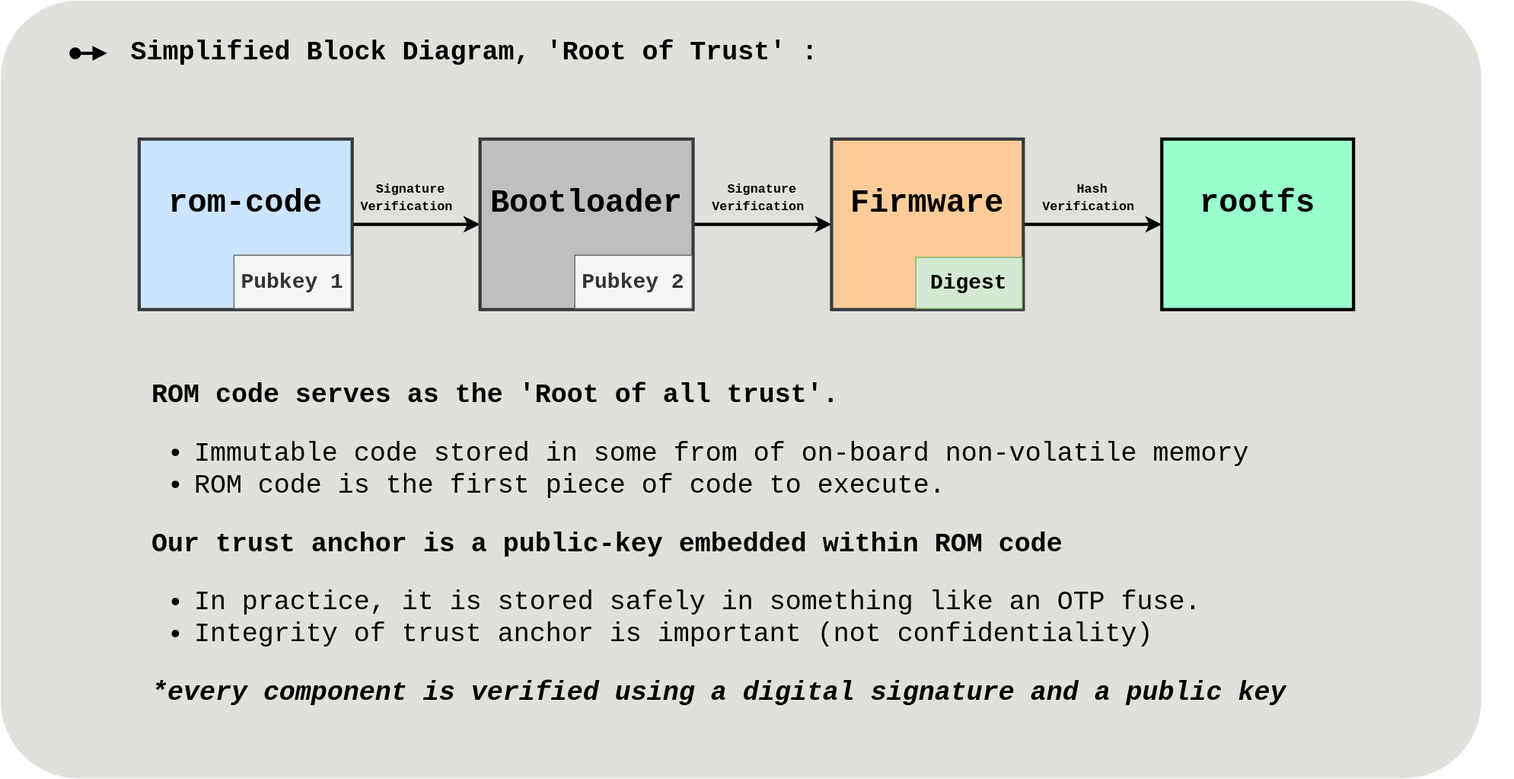
imrank03/rustBoot-book-diagrams keeps this draw.io diagram as bootrom.svg. Above is the earlier version. Source tidied: cells renumbered, new cells last; positions are measured from the earlier drawing's top-left corner, leaving out a move shared by most shapes.
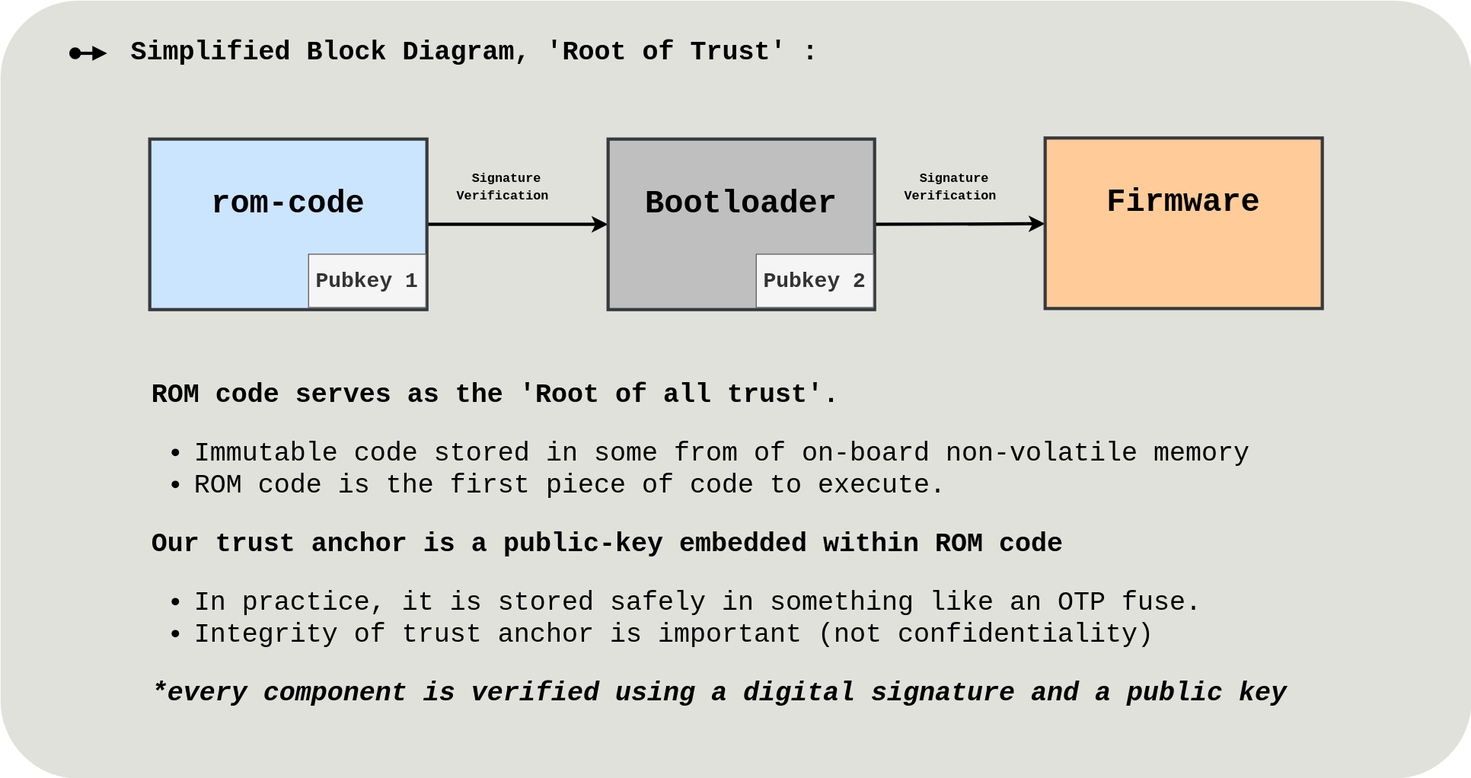
Later version of the same file.

Commit message:
upadated boot-rom image

The edit, as a diff of the source:
```diff
@@ -3,35 +3,29 @@
     <mxCell id="0" />
     <mxCell id="1" parent="0" />
     <mxCell id="2" style="rounded=1;whiteSpace=wrap;html=1;fontFamily=menlo, monaco, &quot;courier new&quot;, monospace;fontSource=https%3A%2F%2Ffonts.googleapis.com%2Fcss%3Ffamily%3Dmenlo%252C%2Bmonaco%252C%2B%2522courier%2Bnew%2522%252C%2Bmonospace;fontSize=20;strokeWidth=0;fillColor=#E1E1DC;strokeColor=none;arcSize=10;" parent="1" vertex="1">
-      <mxGeometry width="1390" height="730" as="geometry" />
+      <mxGeometry width="1380" height="730" as="geometry" />
     </mxCell>
     <mxCell id="3" style="edgeStyle=none;html=1;exitX=1;exitY=0.5;exitDx=0;exitDy=0;fontFamily=menlo, monaco, &quot;courier new&quot;, monospace;fontSource=https%3A%2F%2Ffonts.googleapis.com%2Fcss%3Ffamily%3Dmenlo%252C%2Bmonaco%252C%2B%2522courier%2Bnew%2522%252C%2Bmonospace;fontSize=20;startSize=6;endSize=6;sourcePerimeterSpacing=6;fillColor=#000000;strokeWidth=3;" parent="1" edge="1" source="4" target="6">
       <mxGeometry relative="1" as="geometry" />
     </mxCell>
     <mxCell id="4" value="&lt;font style=&quot;font-size: 30px&quot;&gt;rom-code&lt;/font&gt;" style="rounded=0;whiteSpace=wrap;html=1;fontFamily=menlo, monaco, &quot;courier new&quot;, monospace;fontSource=https%3A%2F%2Ffonts.googleapis.com%2Fcss%3Ffamily%3Dmenlo%252C%2Bmonaco%252C%2B%2522courier%2Bnew%2522%252C%2Bmonospace;fontSize=17;fontStyle=1;spacingTop=-40;fillColor=#cce5ff;strokeColor=#36393d;strokeWidth=3;" parent="1" vertex="1">
-      <mxGeometry x="130" y="130" width="200" height="160" as="geometry" />
+      <mxGeometry x="140" y="130" width="260" height="160" as="geometry" />
     </mxCell>
     <mxCell id="5" style="edgeStyle=none;html=1;exitX=1;exitY=0.5;exitDx=0;exitDy=0;fontFamily=menlo, monaco, &quot;courier new&quot;, monospace;fontSource=https%3A%2F%2Ffonts.googleapis.com%2Fcss%3Ffamily%3Dmenlo%252C%2Bmonaco%252C%2B%2522courier%2Bnew%2522%252C%2Bmonospace;fontSize=20;startSize=6;endSize=6;sourcePerimeterSpacing=6;fillColor=#000000;strokeWidth=3;" parent="1" edge="1" source="6" target="8">
       <mxGeometry relative="1" as="geometry" />
     </mxCell>
     <mxCell id="6" value="&lt;font style=&quot;font-size: 30px&quot;&gt;Bootloader&lt;/font&gt;" style="rounded=0;whiteSpace=wrap;html=1;fontFamily=menlo, monaco, &quot;courier new&quot;, monospace;fontSource=https%3A%2F%2Ffonts.googleapis.com%2Fcss%3Ffamily%3Dmenlo%252C%2Bmonaco%252C%2B%2522courier%2Bnew%2522%252C%2Bmonospace;fontSize=17;fontStyle=1;spacingTop=-40;fillColor=#BFBFBF;strokeColor=#36393d;strokeWidth=3;" parent="1" vertex="1">
-      <mxGeometry x="450" y="130" width="200" height="160" as="geometry" />
+      <mxGeometry x="570" y="130" width="250" height="160" as="geometry" />
     </mxCell>
-    <mxCell id="7" style="edgeStyle=none;html=1;strokeWidth=3;" parent="1" edge="1" source="8" target="15">
-      <mxGeometry relative="1" as="geometry" />
-    </mxCell>
-    <mxCell id="8" value="&lt;font style=&quot;font-size: 30px&quot;&gt;Firmware&lt;/font&gt;" style="rounded=0;whiteSpace=wrap;html=1;fontFamily=menlo, monaco, &quot;courier new&quot;, monospace;fontSource=https%3A%2F%2Ffonts.googleapis.com%2Fcss%3Ffamily%3Dmenlo%252C%2Bmonaco%252C%2B%2522courier%2Bnew%2522%252C%2Bmonospace;fontSize=17;fontStyle=1;spacingTop=-40;fillColor=#ffcc99;strokeColor=#36393d;strokeWidth=3;" parent="1" vertex="1">
-      <mxGeometry x="780" y="130" width="180" height="160" as="geometry" />
+    <mxCell id="8" value="&lt;font style=&quot;font-size: 30px&quot;&gt;Firmware&lt;/font&gt;" style="rounded=0;whiteSpace=wrap;html=1;fontFamily=menlo, monaco, &quot;courier new&quot;, monospace;fontSource=https%3A%2F%2Ffonts.googleapis.com%2Fcss%3Ffamily%3Dmenlo%252C%2Bmonaco%252C%2B%2522courier%2Bnew%2522%252C%2Bmonospace;fontSize=17;fontStyle=1;spacingTop=-40;fillColor=#ffcc99;strokeColor=#36393d;strokeWidth=3;align=center;" parent="1" vertex="1">
+      <mxGeometry x="980" y="129" width="260" height="160" as="geometry" />
     </mxCell>
     <mxCell id="9" value="&lt;font style=&quot;font-size: 20px&quot;&gt;Pubkey 1&lt;/font&gt;" style="rounded=0;whiteSpace=wrap;html=1;fontFamily=menlo, monaco, &quot;courier new&quot;, monospace;fontSource=https%3A%2F%2Ffonts.googleapis.com%2Fcss%3Ffamily%3Dmenlo%252C%2Bmonaco%252C%2B%2522courier%2Bnew%2522%252C%2Bmonospace;fontSize=17;fontStyle=1;fillColor=#f5f5f5;fontColor=#333333;strokeColor=#666666;" parent="1" vertex="1">
-      <mxGeometry x="219" y="239" width="110" height="50" as="geometry" />
+      <mxGeometry x="289" y="238" width="110" height="50" as="geometry" />
     </mxCell>
     <mxCell id="10" value="&lt;font style=&quot;font-size: 20px&quot;&gt;Pubkey 2&lt;/font&gt;" style="rounded=0;whiteSpace=wrap;html=1;fontFamily=menlo, monaco, &quot;courier new&quot;, monospace;fontSource=https%3A%2F%2Ffonts.googleapis.com%2Fcss%3Ffamily%3Dmenlo%252C%2Bmonaco%252C%2B%2522courier%2Bnew%2522%252C%2Bmonospace;fontSize=17;fontStyle=1;fillColor=#f5f5f5;fontColor=#333333;strokeColor=#666666;" parent="1" vertex="1">
-      <mxGeometry x="539" y="239" width="110" height="50" as="geometry" />
+      <mxGeometry x="709" y="238" width="110" height="50" as="geometry" />
     </mxCell>
-    <mxCell id="11" value="&lt;font style=&quot;font-size: 20px&quot;&gt;Digest&lt;/font&gt;" style="rounded=0;whiteSpace=wrap;html=1;fontFamily=menlo, monaco, &quot;courier new&quot;, monospace;fontSource=https%3A%2F%2Ffonts.googleapis.com%2Fcss%3Ffamily%3Dmenlo%252C%2Bmonaco%252C%2B%2522courier%2Bnew%2522%252C%2Bmonospace;fontSize=17;fontStyle=1;fillColor=#d5e8d4;strokeColor=#82b366;" parent="1" vertex="1">
-      <mxGeometry x="859" y="241" width="100" height="48" as="geometry" />
-    </mxCell>
     <mxCell id="12" value="&lt;div style=&quot;line-height: 18px&quot;&gt;&lt;font style=&quot;font-size: 25px&quot;&gt;Simplified Block Diagram, 'Root of Trust' :&lt;/font&gt;&lt;/div&gt;" style="text;html=1;strokeColor=none;fillColor=none;align=center;verticalAlign=middle;whiteSpace=wrap;dashed=1;fontFamily=menlo, monaco, &quot;courier new&quot;, monospace;fontSource=https%3A%2F%2Ffonts.googleapis.com%2Fcss%3Ffamily%3Dmenlo%252C%2Bmonaco%252C%2B%2522courier%2Bnew%2522%252C%2Bmonospace;fontStyle=1;fontSize=18;labelBackgroundColor=none;strokeWidth=2;rounded=1;" parent="1" vertex="1">
       <mxGeometry x="110" y="30" width="670" height="40" as="geometry" />
     </mxCell>
@@ -45,19 +39,13 @@
       </mxGeometry>
     </mxCell>
     <mxCell id="14" value="&lt;b&gt;ROM code serves as the 'Root of all trust'.&lt;/b&gt;&lt;br&gt;&lt;ul&gt;&lt;li&gt;Immutable code stored in some from of on-board non-volatile memory&lt;/li&gt;&lt;li&gt;ROM code is the first piece of code to execute.&lt;/li&gt;&lt;/ul&gt;&lt;div&gt;&lt;b&gt;Our trust anchor is a public-key embedded within ROM code&lt;/b&gt;&lt;/div&gt;&lt;div&gt;&lt;ul&gt;&lt;li&gt;In practice, it is stored safely in something like an OTP fuse.&lt;/li&gt;&lt;li&gt;Integrity of trust anchor is important (not confidentiality)&lt;/li&gt;&lt;/ul&gt;&lt;div&gt;&lt;b&gt;&lt;i&gt;*every component is verified using a digital signature and a public key&lt;/i&gt;&lt;/b&gt;&lt;/div&gt;&lt;/div&gt;" style="text;html=1;strokeColor=none;fillColor=none;align=left;verticalAlign=middle;whiteSpace=wrap;rounded=0;fontFamily=menlo, monaco, &quot;courier new&quot;, monospace;fontSource=https%3A%2F%2Ffonts.googleapis.com%2Fcss%3Ffamily%3Dmenlo%252C%2Bmonaco%252C%2B%2522courier%2Bnew%2522%252C%2Bmonospace;fontSize=25;" parent="1" vertex="1">
-      <mxGeometry x="140" y="330" width="1280" height="360" as="geometry" />
+      <mxGeometry x="140" y="330" width="1230" height="360" as="geometry" />
     </mxCell>
-    <mxCell id="15" value="&lt;font style=&quot;font-size: 30px&quot;&gt;rootfs&lt;/font&gt;" style="rounded=0;whiteSpace=wrap;html=1;fontFamily=menlo, monaco, &quot;courier new&quot;, monospace;fontSource=https%3A%2F%2Ffonts.googleapis.com%2Fcss%3Ffamily%3Dmenlo%252C%2Bmonaco%252C%2B%2522courier%2Bnew%2522%252C%2Bmonospace;fontSize=17;fontStyle=1;spacingTop=-40;fillColor=#99FFCC;strokeColor=#000000;strokeWidth=3;" parent="1" vertex="1">
-      <mxGeometry x="1090" y="130" width="180" height="160" as="geometry" />
-    </mxCell>
     <mxCell id="16" value="&lt;b&gt;&lt;font face=&quot;menlo, monaco, courier new, monospace&quot;&gt;Signature Verification&amp;nbsp;&lt;/font&gt;&lt;/b&gt;" style="text;html=1;strokeColor=none;fillColor=none;align=center;verticalAlign=middle;whiteSpace=wrap;rounded=0;" parent="1" vertex="1">
-      <mxGeometry x="340" y="170" width="90" height="30" as="geometry" />
+      <mxGeometry x="430" y="160" width="90" height="30" as="geometry" />
     </mxCell>
     <mxCell id="17" value="&lt;b&gt;&lt;font face=&quot;menlo, monaco, courier new, monospace&quot;&gt;Signature Verification&amp;nbsp;&lt;/font&gt;&lt;/b&gt;" style="text;html=1;strokeColor=none;fillColor=none;align=center;verticalAlign=middle;whiteSpace=wrap;rounded=0;" parent="1" vertex="1">
-      <mxGeometry x="670" y="170" width="90" height="30" as="geometry" />
+      <mxGeometry x="850" y="160" width="90" height="30" as="geometry" />
     </mxCell>
-    <mxCell id="18" value="&lt;b&gt;&lt;font face=&quot;menlo, monaco, courier new, monospace&quot;&gt;Hash Verification&amp;nbsp;&lt;/font&gt;&lt;/b&gt;" style="text;html=1;strokeColor=none;fillColor=none;align=center;verticalAlign=middle;whiteSpace=wrap;rounded=0;" parent="1" vertex="1">
-      <mxGeometry x="980" y="170" width="90" height="30" as="geometry" />
-    </mxCell>
   </root>
 </mxGraphModel>
```
